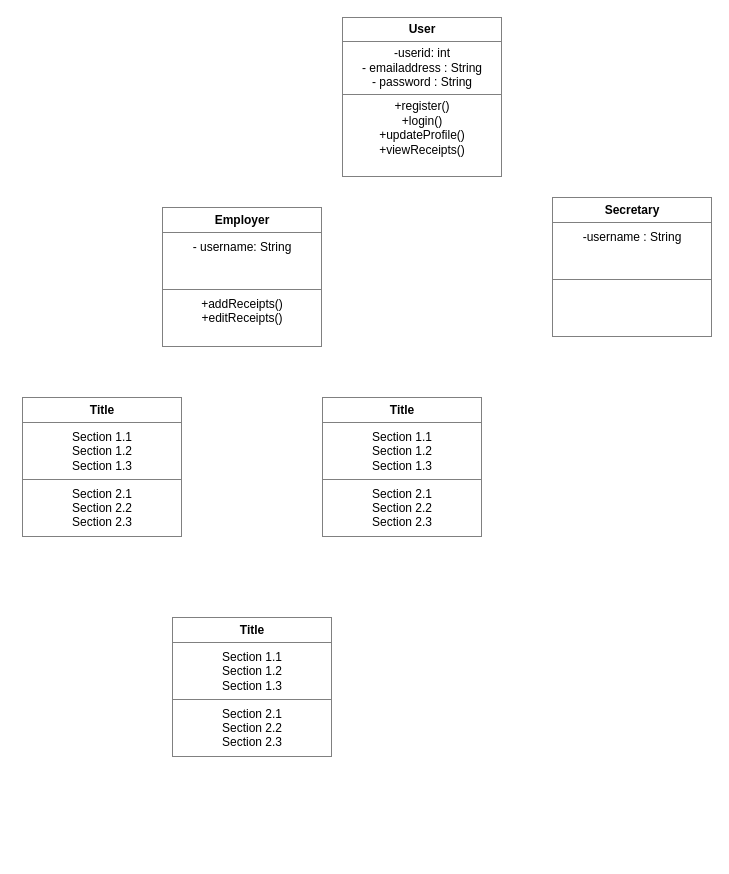
Earlier version of the draw.io diagram page "Page-3" (2 of 2) of Assignment1-Use case.drawio (KamoNgcobo/KamoNgcobo.github.io). Source tidied: cells renumbered, new cells numbered last; positions are measured from the earlier drawing's top-left corner, leaving out a move shared by most shapes. Both pictures are drawn from the tidied source at 100%, with x=0, y=0 at pixel (22, 17).
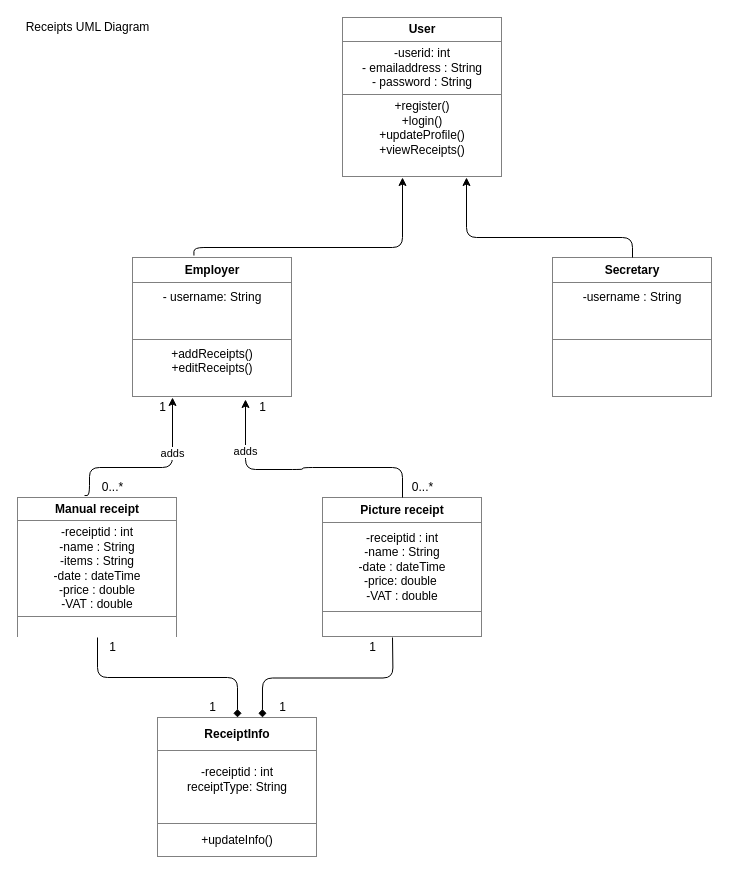
Above is the later version.

The edit, as a diff of the source:
```diff
@@
-    <mxCell id="3" value="&lt;table border=&quot;1&quot; width=&quot;100%&quot; height=&quot;100%&quot; cellpadding=&quot;4&quot; style=&quot;width:100%;height:100%;border-collapse:collapse;&quot;&gt;&lt;tr&gt;&lt;th align=&quot;center&quot;&gt;&lt;b&gt;Title&lt;/b&gt;&lt;/th&gt;&lt;/tr&gt;&lt;tr&gt;&lt;td align=&quot;center&quot;&gt;Section 1.1&#10;Section 1.2&#10;Section 1.3&lt;/td&gt;&lt;/tr&gt;&lt;tr&gt;&lt;td align=&quot;center&quot;&gt;Section 2.1&#10;Section 2.2&#10;Section 2.3&lt;/td&gt;&lt;/tr&gt;&lt;/table&gt;" style="text;html=1;strokeColor=none;fillColor=none;overflow=fill;" parent="1" vertex="1">
-      <mxGeometry x="150" y="600" width="160" height="140" as="geometry" />
+    <mxCell id="3" value="&lt;table border=&quot;1&quot; width=&quot;100%&quot; cellpadding=&quot;4&quot; style=&quot;width: 100% ; height: 100% ; border-collapse: collapse&quot;&gt;&lt;tbody&gt;&lt;tr&gt;&lt;th align=&quot;center&quot;&gt;ReceiptInfo&lt;/th&gt;&lt;/tr&gt;&lt;tr&gt;&lt;td align=&quot;center&quot;&gt;-receiptid : int&lt;br&gt;receiptType: String&lt;br&gt;&lt;br&gt;&lt;/td&gt;&lt;/tr&gt;&lt;tr&gt;&lt;td align=&quot;center&quot;&gt;+updateInfo()&lt;/td&gt;&lt;/tr&gt;&lt;/tbody&gt;&lt;/table&gt;" style="text;html=1;strokeColor=none;fillColor=none;overflow=fill;" parent="1" vertex="1">
+      <mxGeometry x="135" y="700" width="160" height="140" as="geometry" />
     </mxCell>
-    <mxCell id="4" value="&lt;table border=&quot;1&quot; width=&quot;100%&quot; height=&quot;100%&quot; cellpadding=&quot;4&quot; style=&quot;width:100%;height:100%;border-collapse:collapse;&quot;&gt;&lt;tr&gt;&lt;th align=&quot;center&quot;&gt;&lt;b&gt;Title&lt;/b&gt;&lt;/th&gt;&lt;/tr&gt;&lt;tr&gt;&lt;td align=&quot;center&quot;&gt;Section 1.1&#10;Section 1.2&#10;Section 1.3&lt;/td&gt;&lt;/tr&gt;&lt;tr&gt;&lt;td align=&quot;center&quot;&gt;Section 2.1&#10;Section 2.2&#10;Section 2.3&lt;/td&gt;&lt;/tr&gt;&lt;/table&gt;" style="text;html=1;strokeColor=none;fillColor=none;overflow=fill;" parent="1" vertex="1">
-      <mxGeometry x="300" y="380" width="160" height="140" as="geometry" />
+    <mxCell id="4" value="&lt;table border=&quot;1&quot; width=&quot;100%&quot; cellpadding=&quot;4&quot; style=&quot;width: 100% ; height: 100% ; border-collapse: collapse&quot;&gt;&lt;tbody&gt;&lt;tr&gt;&lt;th align=&quot;center&quot;&gt;Picture receipt&lt;/th&gt;&lt;/tr&gt;&lt;tr&gt;&lt;td align=&quot;center&quot;&gt;-receiptid : int&lt;br&gt;-name : String&lt;br&gt;-date : dateTime&lt;br&gt;-price: double&amp;nbsp;&lt;br&gt;-VAT : double&lt;br&gt;&lt;/td&gt;&lt;/tr&gt;&lt;tr&gt;&lt;td align=&quot;center&quot;&gt;&lt;br&gt;&lt;/td&gt;&lt;/tr&gt;&lt;/tbody&gt;&lt;/table&gt;" style="text;html=1;strokeColor=none;fillColor=none;overflow=fill;" parent="1" vertex="1">
+      <mxGeometry x="300" y="480" width="160" height="140" as="geometry" />
     </mxCell>
-    <mxCell id="5" value="&lt;table border=&quot;1&quot; width=&quot;100%&quot; height=&quot;100%&quot; cellpadding=&quot;4&quot; style=&quot;width:100%;height:100%;border-collapse:collapse;&quot;&gt;&lt;tr&gt;&lt;th align=&quot;center&quot;&gt;&lt;b&gt;Title&lt;/b&gt;&lt;/th&gt;&lt;/tr&gt;&lt;tr&gt;&lt;td align=&quot;center&quot;&gt;Section 1.1&#10;Section 1.2&#10;Section 1.3&lt;/td&gt;&lt;/tr&gt;&lt;tr&gt;&lt;td align=&quot;center&quot;&gt;Section 2.1&#10;Section 2.2&#10;Section 2.3&lt;/td&gt;&lt;/tr&gt;&lt;/table&gt;" style="text;html=1;strokeColor=none;fillColor=none;overflow=fill;" parent="1" vertex="1">
-      <mxGeometry y="380" width="160" height="140" as="geometry" />
+    <mxCell id="5" value="&lt;table border=&quot;1&quot; width=&quot;100%&quot; cellpadding=&quot;4&quot; style=&quot;width: 100% ; height: 100% ; border-collapse: collapse&quot;&gt;&lt;tbody&gt;&lt;tr&gt;&lt;th align=&quot;center&quot;&gt;Manual receipt&lt;/th&gt;&lt;/tr&gt;&lt;tr&gt;&lt;td align=&quot;center&quot;&gt;-receiptid : int&lt;br&gt;-name : String&lt;br&gt;-items : String&lt;br&gt;-date : dateTime&lt;br&gt;-price : double&lt;br&gt;-VAT : double&lt;br&gt;&lt;/td&gt;&lt;/tr&gt;&lt;tr&gt;&lt;td align=&quot;center&quot;&gt;&lt;br&gt;&lt;/td&gt;&lt;/tr&gt;&lt;/tbody&gt;&lt;/table&gt;" style="text;html=1;strokeColor=none;fillColor=none;overflow=fill;" parent="1" vertex="1">
+      <mxGeometry x="-5" y="480" width="160" height="140" as="geometry" />
     </mxCell>
     <mxCell id="6" value="&lt;table border=&quot;1&quot; width=&quot;100%&quot; cellpadding=&quot;4&quot; style=&quot;width: 100% ; height: 100% ; border-collapse: collapse&quot;&gt;&lt;tbody&gt;&lt;tr&gt;&lt;th align=&quot;center&quot;&gt;Employer&lt;/th&gt;&lt;/tr&gt;&lt;tr&gt;&lt;td align=&quot;center&quot;&gt;- username: String&lt;br&gt;&lt;br&gt;&lt;br&gt;&lt;/td&gt;&lt;/tr&gt;&lt;tr&gt;&lt;td align=&quot;center&quot;&gt;+addReceipts()&lt;br&gt;+editReceipts()&lt;br&gt;&lt;br&gt;&lt;/td&gt;&lt;/tr&gt;&lt;/tbody&gt;&lt;/table&gt;" style="text;html=1;strokeColor=none;fillColor=none;overflow=fill;" parent="1" vertex="1">
-      <mxGeometry x="140" y="190" width="160" height="140" as="geometry" />
+      <mxGeometry x="110" y="240" width="160" height="140" as="geometry" />
     </mxCell>
     <mxCell id="7" value="&lt;table border=&quot;1&quot; width=&quot;100%&quot; cellpadding=&quot;4&quot; style=&quot;width: 100% ; height: 100% ; border-collapse: collapse&quot;&gt;&lt;tbody&gt;&lt;tr&gt;&lt;th align=&quot;center&quot;&gt;Secretary&lt;/th&gt;&lt;/tr&gt;&lt;tr&gt;&lt;td align=&quot;center&quot;&gt;-username : String&lt;br&gt;&lt;br&gt;&lt;br&gt;&lt;/td&gt;&lt;/tr&gt;&lt;tr&gt;&lt;td align=&quot;center&quot;&gt;&lt;br&gt;&lt;br&gt;&lt;br&gt;&lt;/td&gt;&lt;/tr&gt;&lt;/tbody&gt;&lt;/table&gt;" style="text;html=1;strokeColor=none;fillColor=none;overflow=fill;" parent="1" vertex="1">
-      <mxGeometry x="530" y="180" width="160" height="140" as="geometry" />
+      <mxGeometry x="530" y="240" width="160" height="140" as="geometry" />
     </mxCell>
+    <mxCell id="8" value="Receipts UML Diagram" style="text;html=1;align=center;verticalAlign=middle;fillColor=none;strokeColor=none;rounded=0;" parent="1" vertex="1">
+      <mxGeometry x="-5" width="140" height="20" as="geometry" />
+    </mxCell>
+    <mxCell id="9" style="edgeStyle=segmentEdgeStyle;endArrow=classic;html=1;exitX=0.5;exitY=0;exitDx=0;exitDy=0;" parent="1" edge="1" source="7">
+      <mxGeometry relative="1" as="geometry">
+        <mxPoint x="444" y="160" as="targetPoint" />
+        <Array as="points">
+          <mxPoint x="610" y="220" />
+          <mxPoint x="444" y="220" />
+        </Array>
+      </mxGeometry>
+    </mxCell>
+    <mxCell id="10" style="edgeStyle=segmentEdgeStyle;endArrow=classic;html=1;exitX=0.384;exitY=-0.014;exitDx=0;exitDy=0;exitPerimeter=0;" parent="1" edge="1" source="6">
+      <mxGeometry relative="1" as="geometry">
+        <mxPoint x="380" y="160" as="targetPoint" />
+        <Array as="points">
+          <mxPoint x="171" y="230" />
+          <mxPoint x="380" y="230" />
+        </Array>
+      </mxGeometry>
+    </mxCell>
+    <mxCell id="11" style="edgeStyle=segmentEdgeStyle;endArrow=classic;html=1;exitX=0.419;exitY=-0.014;exitDx=0;exitDy=0;exitPerimeter=0;" parent="1" edge="1" source="5">
+      <mxGeometry relative="1" as="geometry">
+        <mxPoint x="150" y="380" as="targetPoint" />
+        <Array as="points">
+          <mxPoint x="67" y="450" />
+          <mxPoint x="150" y="450" />
+        </Array>
+      </mxGeometry>
+    </mxCell>
+    <mxCell id="12" value="adds" style="edgeLabel;html=1;align=center;verticalAlign=middle;" parent="11" vertex="1">
+      <mxGeometry x="0.4" y="1" relative="1" as="geometry" />
+    </mxCell>
+    <mxCell id="13" style="edgeStyle=segmentEdgeStyle;endArrow=classic;html=1;exitX=0.5;exitY=0;exitDx=0;exitDy=0;" parent="1" edge="1" source="4">
+      <mxGeometry relative="1" as="geometry">
+        <mxPoint x="223" y="382" as="targetPoint" />
+        <Array as="points">
+          <mxPoint x="380" y="450" />
+          <mxPoint x="280" y="450" />
+          <mxPoint x="280" y="452" />
+          <mxPoint x="223" y="452" />
+        </Array>
+      </mxGeometry>
+    </mxCell>
+    <mxCell id="14" value="adds" style="edgeLabel;html=1;align=center;verticalAlign=middle;" parent="13" vertex="1">
+      <mxGeometry x="0.61" y="1" relative="1" as="geometry" />
+    </mxCell>
+    <mxCell id="15" value="0...*" style="text;html=1;align=center;verticalAlign=middle;fillColor=none;strokeColor=none;rounded=0;" parent="1" vertex="1">
+      <mxGeometry x="380" y="460" width="40" height="20" as="geometry" />
+    </mxCell>
+    <mxCell id="16" value="0...*" style="text;html=1;align=center;verticalAlign=middle;fillColor=none;strokeColor=none;rounded=0;" parent="1" vertex="1">
+      <mxGeometry x="70" y="460" width="40" height="20" as="geometry" />
+    </mxCell>
+    <mxCell id="17" value="1" style="text;html=1;align=center;verticalAlign=middle;fillColor=none;strokeColor=none;rounded=0;" parent="1" vertex="1">
+      <mxGeometry x="230" y="380" width="20" height="20" as="geometry" />
+    </mxCell>
+    <mxCell id="18" value="1" style="text;html=1;align=center;verticalAlign=middle;fillColor=none;strokeColor=none;rounded=0;" parent="1" vertex="1">
+      <mxGeometry x="130" y="380" width="20" height="20" as="geometry" />
+    </mxCell>
+    <mxCell id="19" style="endArrow=none;html=1;entryX=0.5;entryY=1;entryDx=0;entryDy=0;startArrow=diamond;startFill=1;rounded=1;edgeStyle=orthogonalEdgeStyle;" parent="1" edge="1" source="3" target="5">
+      <mxGeometry relative="1" as="geometry" />
+    </mxCell>
+    <mxCell id="20" style="endArrow=none;html=1;entryX=0.5;entryY=1;entryDx=0;entryDy=0;startArrow=diamond;startFill=1;rounded=1;edgeStyle=orthogonalEdgeStyle;exitX=0.656;exitY=0;exitDx=0;exitDy=0;exitPerimeter=0;" parent="1" edge="1" source="3">
+      <mxGeometry relative="1" as="geometry">
+        <mxPoint x="370" y="620" as="targetPoint" />
+      </mxGeometry>
+    </mxCell>
+    <mxCell id="21" value="1" style="text;html=1;align=center;verticalAlign=middle;fillColor=none;strokeColor=none;rounded=0;" parent="1" vertex="1">
+      <mxGeometry x="180" y="680" width="20" height="20" as="geometry" />
+    </mxCell>
+    <mxCell id="22" value="1" style="text;html=1;align=center;verticalAlign=middle;fillColor=none;strokeColor=none;rounded=0;" parent="1" vertex="1">
+      <mxGeometry x="250" y="680" width="20" height="20" as="geometry" />
+    </mxCell>
+    <mxCell id="23" value="1" style="text;html=1;align=center;verticalAlign=middle;fillColor=none;strokeColor=none;rounded=0;" parent="1" vertex="1">
+      <mxGeometry x="340" y="620" width="20" height="20" as="geometry" />
+    </mxCell>
+    <mxCell id="24" value="1" style="text;html=1;align=center;verticalAlign=middle;fillColor=none;strokeColor=none;rounded=0;" parent="1" vertex="1">
+      <mxGeometry x="80" y="620" width="20" height="20" as="geometry" />
+    </mxCell>
```
